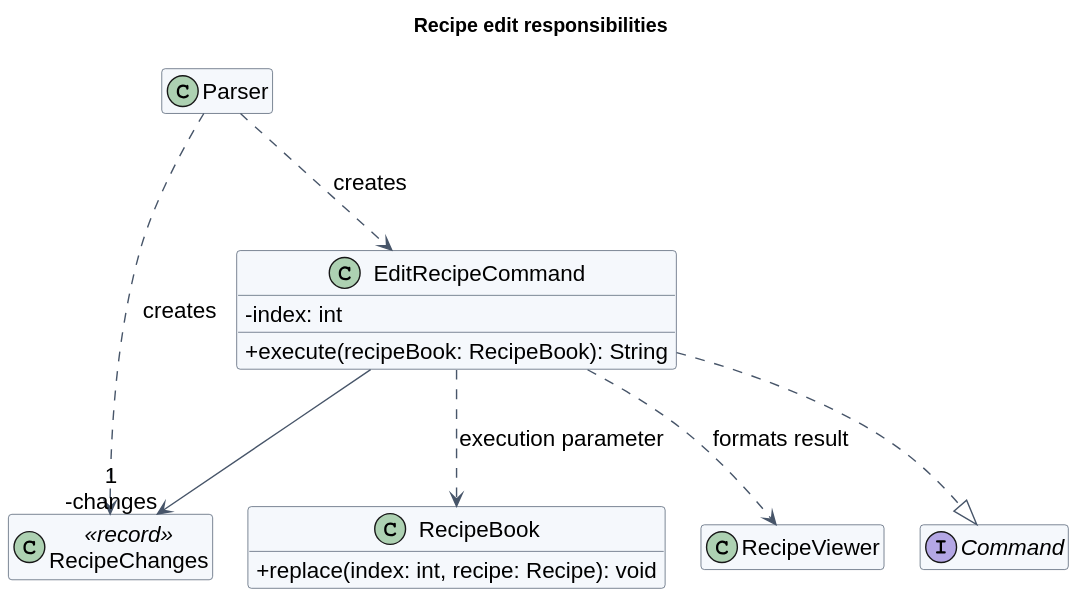
Above: docs/images/edit-recipe/classes.svg in AY2627S1-CS2113-W13-4/tp (PlantUML), before the change.
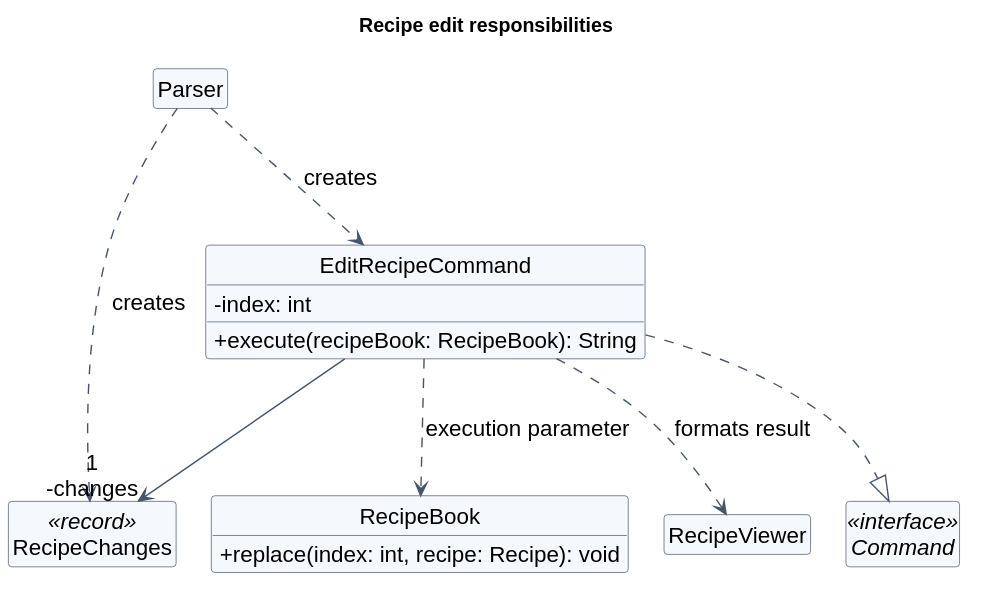
After the change.

Change to the diagram source:
```diff
@@ -7,7 +7,7 @@
 skinparam nodesep 25
 hide empty members
 class Parser
-interface Command
+interface Command <<interface>>
 class EditRecipeCommand {
  - index: int
  + execute(recipeBook: RecipeBook): String
```
